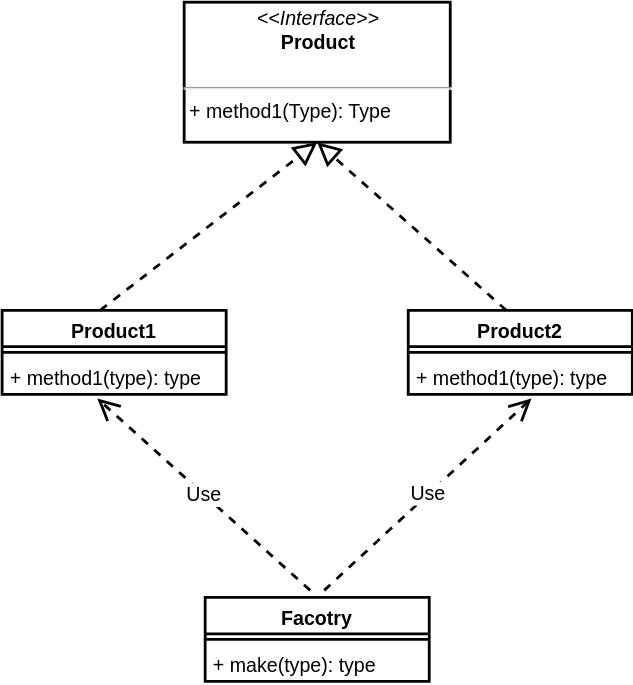
This is cloudnative/kubernetes/image/6.drawio.svg from ruster-cn/wiki, a draw.io export, as it was before one commit. Source tidied: cells renumbered, new cells last; positions are measured from the earlier drawing's top-left corner, leaving out a move shared by most shapes.
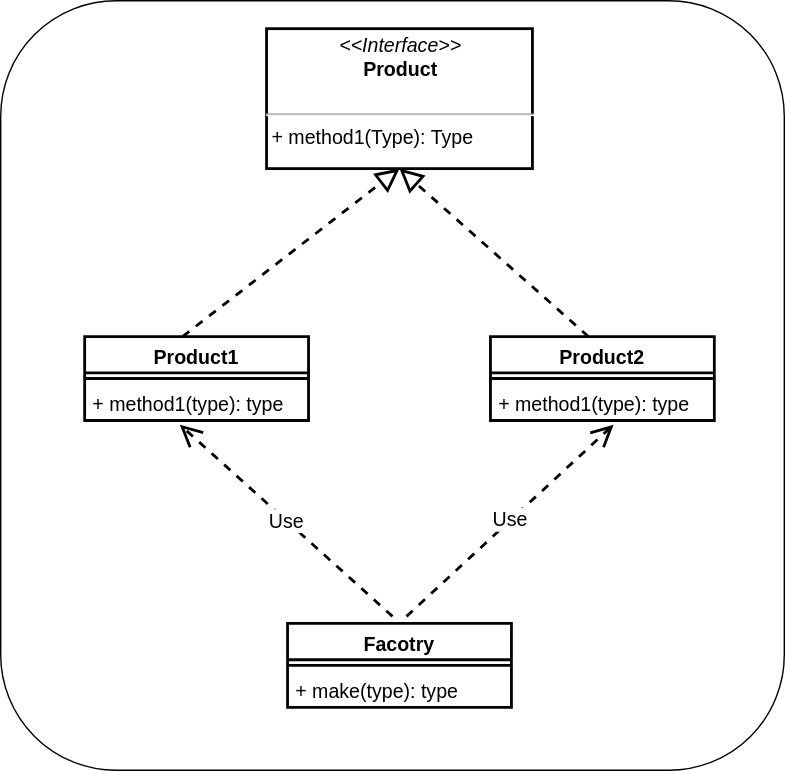
The same file after the commit.

Diff of the diagram source:
```diff
@@ -2,6 +2,9 @@
   <root>
     <mxCell id="0" />
     <mxCell id="1" parent="0" />
+    <mxCell id="16" style="rounded=1;whiteSpace=wrap;html=1;" parent="1" vertex="1">
+      <mxGeometry x="-60" y="-20" width="560" height="550" as="geometry" />
+    </mxCell>
     <mxCell id="2" value="&lt;p style=&quot;margin: 4px 0px 0px; text-align: center; font-size: 14px;&quot;&gt;&lt;i style=&quot;font-size: 14px;&quot;&gt;&amp;lt;&amp;lt;Interface&amp;gt;&amp;gt;&lt;/i&gt;&lt;br style=&quot;font-size: 14px;&quot;&gt;&lt;b style=&quot;font-size: 14px;&quot;&gt;Product&lt;/b&gt;&lt;/p&gt;&lt;p style=&quot;margin: 0px 0px 0px 4px; font-size: 14px;&quot;&gt;&lt;br style=&quot;font-size: 14px;&quot;&gt;&lt;/p&gt;&lt;hr style=&quot;font-size: 14px;&quot;&gt;&lt;p style=&quot;margin: 0px 0px 0px 4px; font-size: 14px;&quot;&gt;+ method1(Type): Type&lt;br style=&quot;font-size: 14px;&quot;&gt;&lt;/p&gt;" style="verticalAlign=top;align=left;overflow=fill;fontSize=14;fontFamily=Helvetica;html=1;fontStyle=0;strokeWidth=2;" parent="1" vertex="1">
       <mxGeometry x="130" width="190" height="100" as="geometry" />
     </mxCell>
```
